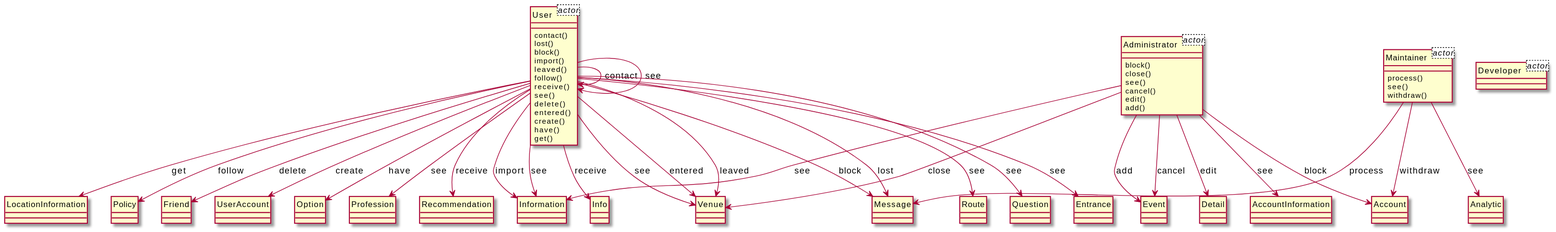
Before: output/diagram_5/2018-USC-Project01.svg, a diagram exported from PlantUML (xixixhalu/DomainModelExtractor).
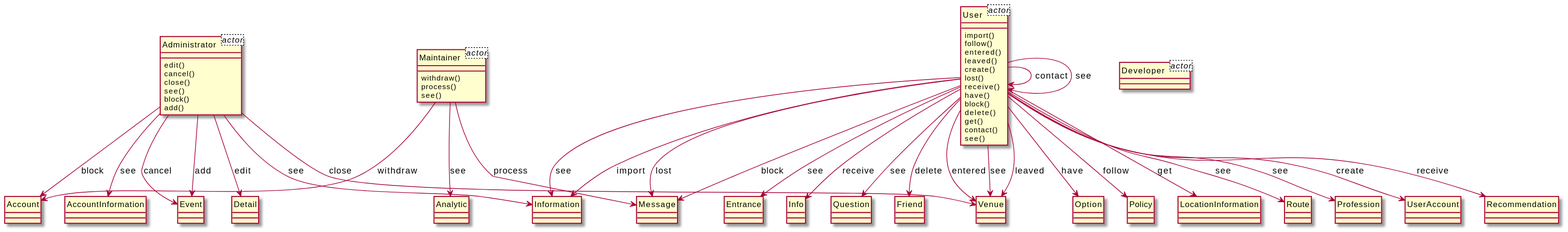
The same file after the commit.

The edit, as a diff of the source:
```diff
@@ -9,99 +9,99 @@
 class User<actor> {
 }
 class Administrator {
-	block()
+	edit()
+	cancel()
 	close()
 	see()
-	cancel()
-	edit()
+	block()
 	add()
+}
+class Account {
+}
+class User {
+	import()
+	follow()
+	entered()
+	leaved()
+	create()
+	lost()
+	receive()
+	have()
+	block()
+	delete()
+	get()
+	contact()
+	see()
+}
+class Entrance {
+}
+class Information {
 }
 class AccountInformation {
 }
-class User {
-	contact()
-	lost()
-	block()
-	import()
-	leaved()
-	follow()
-	receive()
+class Info {
+}
+class Maintainer {
+	withdraw()
+	process()
 	see()
-	delete()
-	entered()
-	create()
-	have()
-	get()
+}
+class Analytic {
+}
+class Message {
+}
+class Event {
+}
+class Question {
+}
+class Friend {
+}
+class Option {
 }
 class Venue {
 }
-class Info {
+class Policy {
+}
+class LocationInformation {
 }
 class Route {
 }
-class Information {
-}
-class Message {
-}
-class Question {
-}
-class Entrance {
-}
-class LocationInformation {
-}
-class Maintainer {
-	process()
-	see()
-	withdraw()
-}
-class Policy {
-}
-class Friend {
+class Profession {
 }
 class UserAccount {
 }
-class Option {
-}
-class Account {
-}
-class Event {
-}
-class Profession {
-}
 class Recommendation {
-}
-class Analytic {
 }
 class Detail {
 }
-User --> Option : have
-User --> Venue : leaved
-User --> LocationInformation : get
-User --> Info : receive
-User --> Venue : see
-Maintainer --> Account : withdraw
-User --> Route : see
-Administrator --> Event : add
 User --> Information : see
-User --> Message : block
+User --> Question : see
+User --> User : contact
 User --> Message : lost
-User --> Profession : see
-User --> User : contact
-Administrator --> Information : see
-Administrator --> Account : block
-Administrator --> Venue : close
-User --> Recommendation : receive
-User --> Question : see
-Maintainer --> Analytic : see
-User --> Entrance : see
-Maintainer --> Message : process
-User --> Information : import
-User --> User : see
-User --> Policy : follow
-Administrator --> Event : cancel
-Administrator --> Detail : edit
 Administrator --> AccountInformation : see
 User --> Friend : delete
+User --> Route : see
+User --> Info : receive
+User --> Venue : entered
+Administrator --> Information : see
+User --> Information : import
+Maintainer --> Analytic : see
+Maintainer --> Account : withdraw
+User --> Message : block
+User --> User : see
+Administrator --> Event : cancel
+User --> Venue : see
+Maintainer --> Message : process
+User --> Profession : see
+User --> Option : have
 User --> UserAccount : create
-User --> Venue : entered
+User --> Venue : leaved
+User --> Recommendation : receive
+Administrator --> Venue : close
+Administrator --> Detail : edit
+Administrator --> Account : block
+User --> Policy : follow
+Administrator --> Event : add
+User --> Entrance : see
+User --> LocationInformation : get
 @enduml
```
